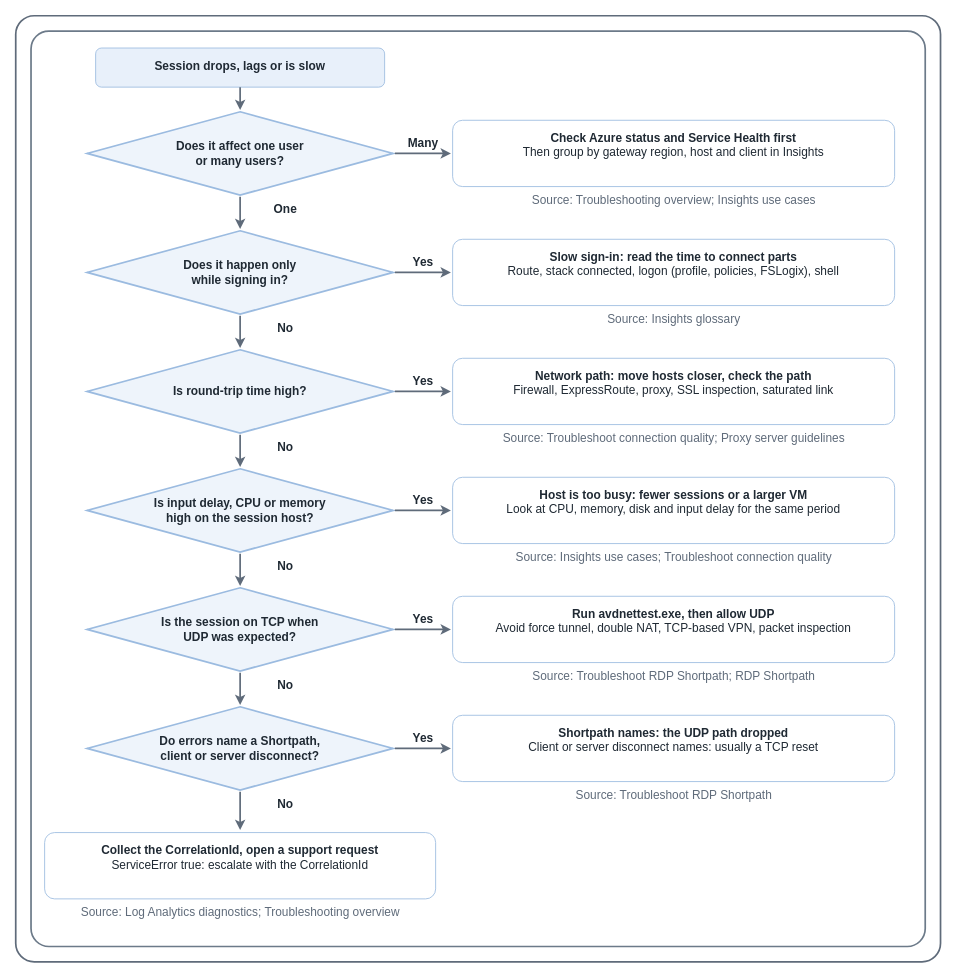
Before: src/img/avd/troubleshoot-disconnects-and-slow-sessions.drawio in AddySidd27/cloud-ai-notes, a draw.io diagram. Source tidied: cells renumbered, new cells numbered last; positions are measured from the earlier drawing's top-left corner, leaving out a move shared by most shapes. Both pictures are drawn from the tidied source at 85%, with x=0, y=0 at pixel (15, 15).
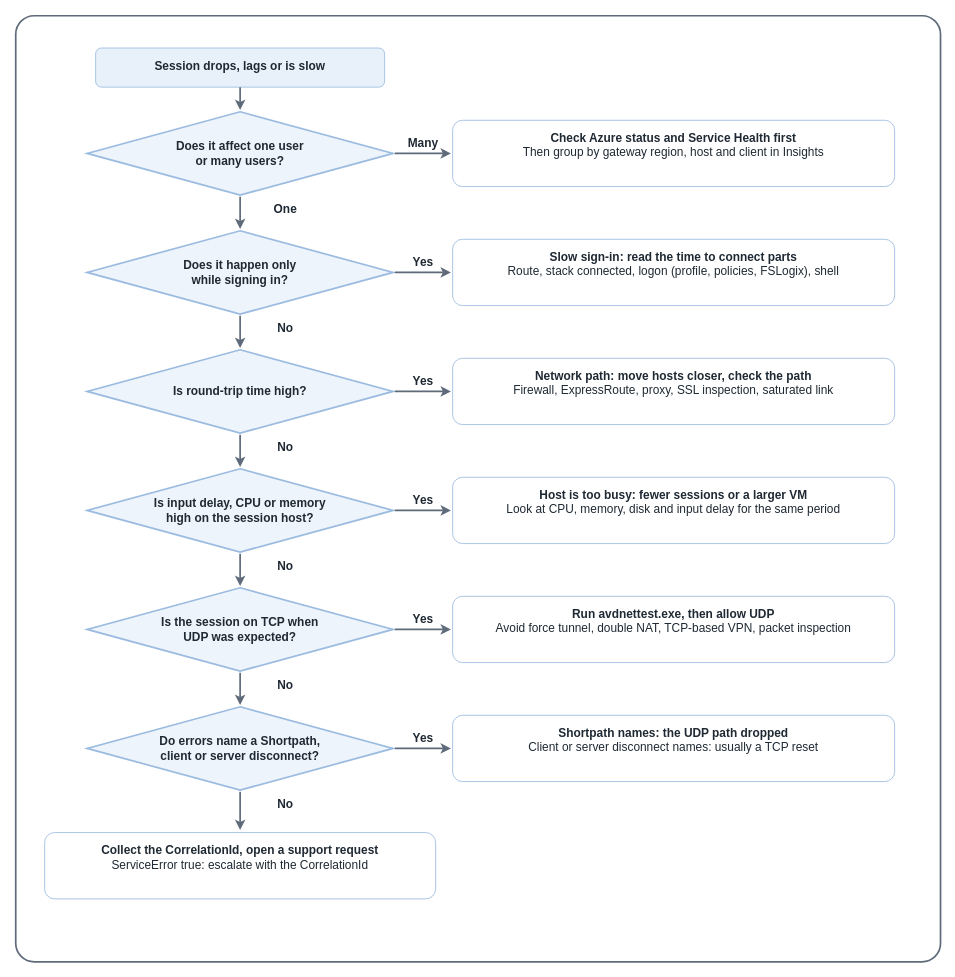
The same diagram, later.

What changed in the source:
```diff
@@
-    <mxCell id="3" style="rounded=1;arcSize=2;html=1;fillColor=#ffffff;strokeColor=#6c7a89;strokeWidth=2;" parent="1" vertex="1">
-      <mxGeometry x="18" y="18" width="1052" height="1077" as="geometry" />
-    </mxCell>
@@
-    <mxCell id="10" value="Source: Troubleshooting overview; Insights use cases" style="text;html=1;align=center;verticalAlign=middle;fontSize=14;fontColor=#5f6b7a;" parent="1" vertex="1">
-      <mxGeometry x="514" y="205" width="520" height="24" as="geometry" />
-    </mxCell>
@@
-    <mxCell id="17" value="Source: Insights glossary" style="text;html=1;align=center;verticalAlign=middle;fontSize=14;fontColor=#5f6b7a;" parent="1" vertex="1">
-      <mxGeometry x="514" y="345" width="520" height="24" as="geometry" />
-    </mxCell>
@@
-    <mxCell id="24" value="Source: Troubleshoot connection quality; Proxy server guidelines" style="text;html=1;align=center;verticalAlign=middle;fontSize=14;fontColor=#5f6b7a;" parent="1" vertex="1">
-      <mxGeometry x="514" y="485" width="520" height="24" as="geometry" />
-    </mxCell>
@@
-    <mxCell id="31" value="Source: Insights use cases; Troubleshoot connection quality" style="text;html=1;align=center;verticalAlign=middle;fontSize=14;fontColor=#5f6b7a;" parent="1" vertex="1">
-      <mxGeometry x="514" y="625" width="520" height="24" as="geometry" />
-    </mxCell>
@@
-    <mxCell id="38" value="Source: Troubleshoot RDP Shortpath; RDP Shortpath" style="text;html=1;align=center;verticalAlign=middle;fontSize=14;fontColor=#5f6b7a;" parent="1" vertex="1">
-      <mxGeometry x="514" y="765" width="520" height="24" as="geometry" />
-    </mxCell>
@@
-    <mxCell id="45" value="Source: Troubleshoot RDP Shortpath" style="text;html=1;align=center;verticalAlign=middle;fontSize=14;fontColor=#5f6b7a;" parent="1" vertex="1">
-      <mxGeometry x="514" y="905" width="520" height="24" as="geometry" />
-    </mxCell>
@@
-    <mxCell id="49" value="Source: Log Analytics diagnostics; Troubleshooting overview" style="text;html=1;align=center;verticalAlign=middle;fontSize=14;fontColor=#5f6b7a;" parent="1" vertex="1">
-      <mxGeometry x="34" y="1043" width="460" height="24" as="geometry" />
-    </mxCell>
```
